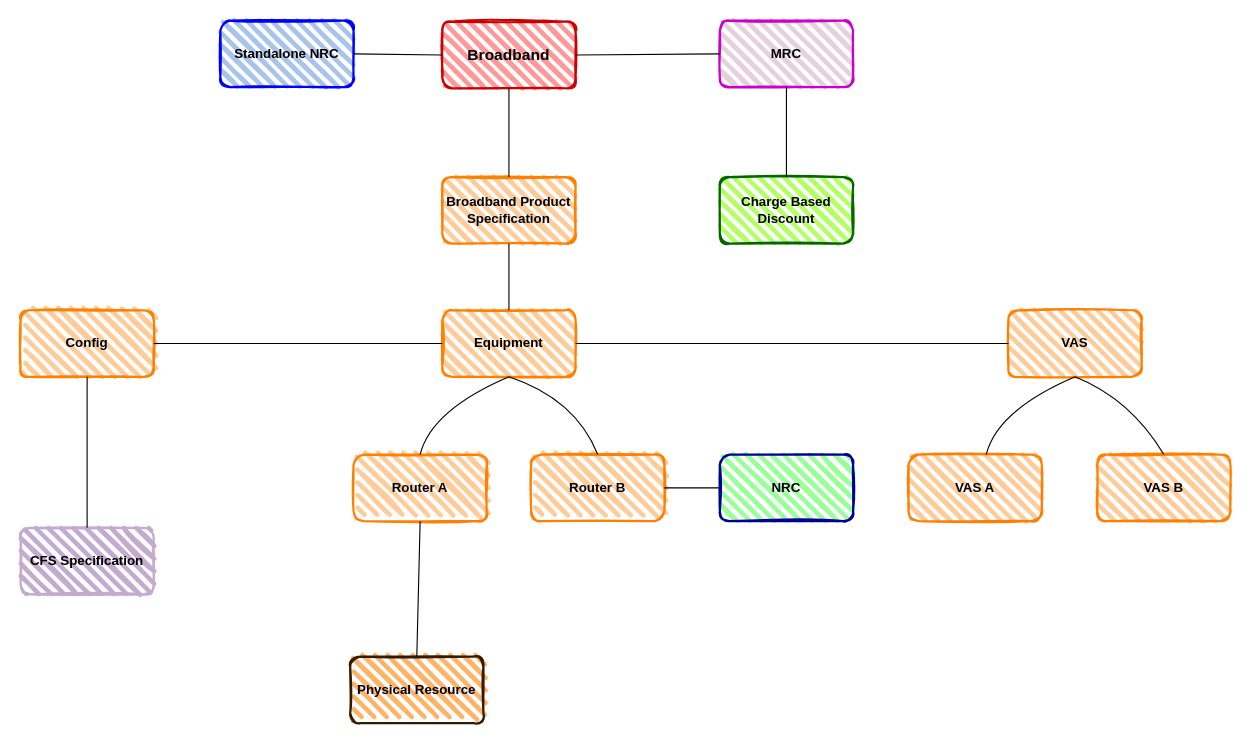
The draw.io diagram page "Broadband" (2 of 4) of LogicalModelTemplate.drawio in kerwinlfoncs/LogicalModels, before the edit. Source tidied: cells renumbered, new cells numbered last; positions are measured from the earlier drawing's top-left corner, leaving out a move shared by most shapes. Both pictures are drawn from the tidied source at 111%, with x=0, y=0 at pixel (20, 20).
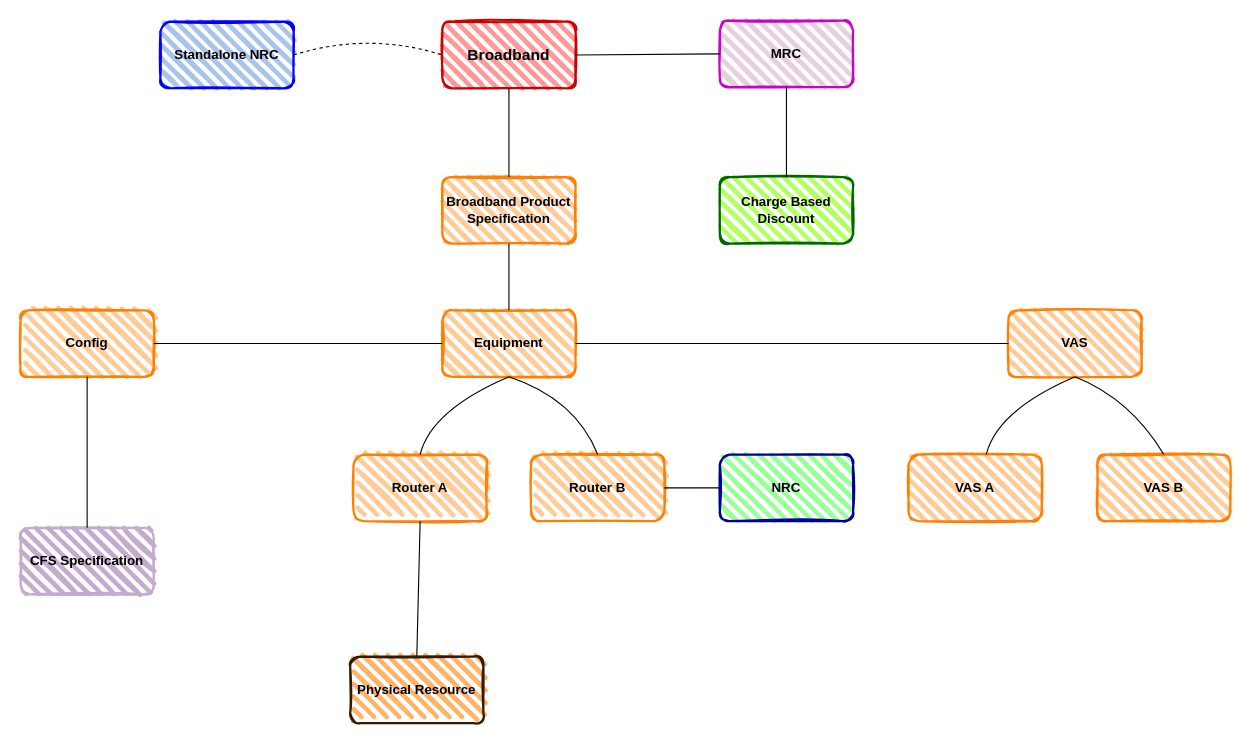
The same page after the edit.

Unchanged cells that the change refers to:
```xml
<mxCell id="2" value="&lt;b&gt;&lt;font style=&quot;font-size: 14px&quot;&gt;Broadband&lt;/font&gt;&lt;/b&gt;" style="rounded=1;whiteSpace=wrap;html=1;strokeWidth=2;fillWeight=4;hachureGap=8;hachureAngle=45;fillColor=#FF9999;sketch=1;strokeColor=#CC0000;" parent="1" vertex="1">
  <mxGeometry x="380" y="1" width="120" height="60" as="geometry" />
</mxCell>
```

Change to the diagram source:
```diff
@@
     <mxCell id="29" value="&lt;b&gt;Standalone NRC&lt;/b&gt;" style="rounded=1;whiteSpace=wrap;html=1;strokeWidth=2;fillWeight=4;hachureGap=8;hachureAngle=45;fillColor=#A9C4EB;sketch=1;strokeColor=#0000FF;" parent="1" vertex="1">
-      <mxGeometry x="180" width="120" height="60" as="geometry" />
+      <mxGeometry x="126" y="1" width="120" height="60" as="geometry" />
     </mxCell>
-    <mxCell id="30" style="endArrow=none;html=1;fontColor=#000000;exitX=1;exitY=0.5;exitDx=0;exitDy=0;entryX=0;entryY=0.5;entryDx=0;entryDy=0;" parent="1" edge="1" source="29" target="2">
-      <mxGeometry relative="1" as="geometry" />
+    <mxCell id="30" style="endArrow=none;html=1;fontColor=#000000;exitX=1;exitY=0.5;exitDx=0;exitDy=0;entryX=0;entryY=0.5;entryDx=0;entryDy=0;curved=1;dashed=1;" parent="1" edge="1" source="29" target="2">
+      <mxGeometry relative="1" as="geometry">
+        <Array as="points">
+          <mxPoint x="313" y="10" />
+        </Array>
+      </mxGeometry>
     </mxCell>
```
